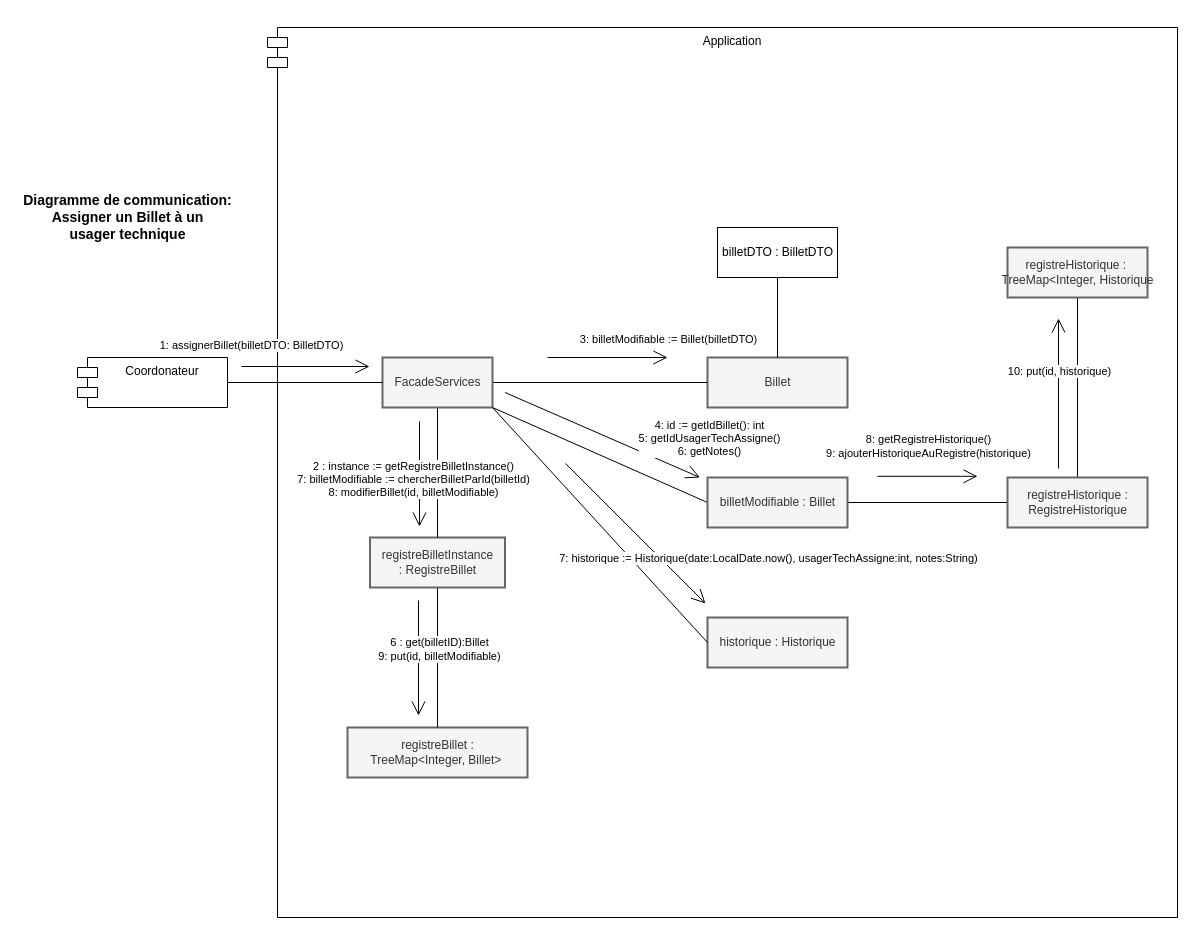
Before: Diagrammes de conception/Diagrammes de communication/Assigner_Billet_UC.drawio in ChristWasTaken/Projet-Conception-et-Archictecture, a draw.io diagram. Source tidied: cells renumbered, new cells numbered last; positions are measured from the earlier drawing's top-left corner, leaving out a move shared by most shapes. Both pictures are drawn from the tidied source at 100%, with x=0, y=0 at pixel (17, 27).
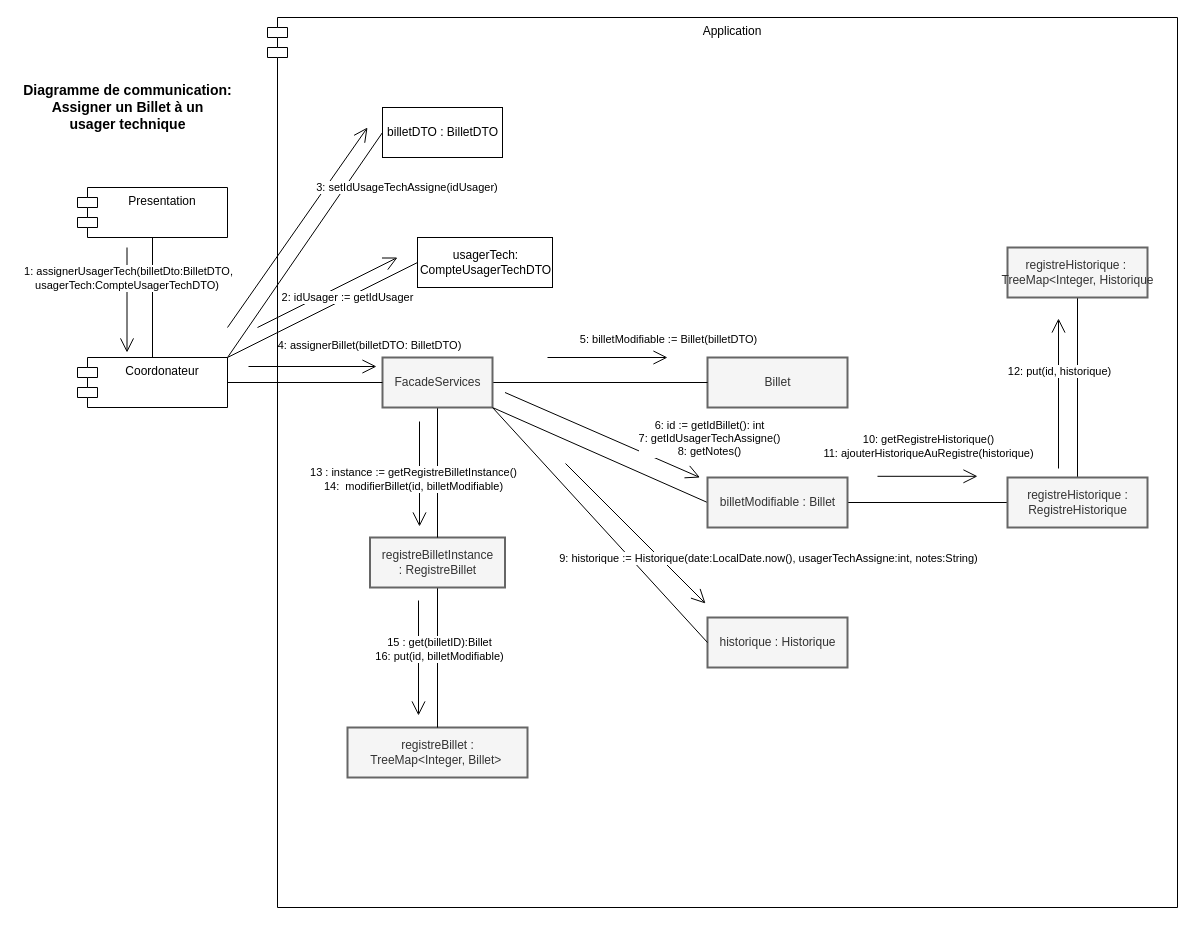
The same page after the edit.

The change refers to these unchanged cells:
```xml
<mxCell id="2" value="Coordonateur" style="shape=module;align=left;spacingLeft=20;align=center;verticalAlign=top;" parent="1" vertex="1">
  <mxGeometry x="60" y="330" width="150" height="50" as="geometry" />
</mxCell>
<mxCell id="5" value="Billet" style="html=1;strokeWidth=2;fillColor=#f5f5f5;fontColor=#333333;strokeColor=#666666;" parent="1" vertex="1">
  <mxGeometry x="690" y="330" width="140" height="50" as="geometry" />
</mxCell>
<mxCell id="15" style="endArrow=open;endFill=1;endSize=12;html=1;rounded=0;exitX=1;exitY=0.5;exitDx=0;exitDy=0;" parent="1" edge="1">
  <mxGeometry relative="1" as="geometry">
    <mxPoint x="487.5" y="365" as="sourcePoint" />
    <mxPoint x="682.5" y="450" as="targetPoint" />
  </mxGeometry>
</mxCell>
<mxCell id="17" style="endArrow=open;endFill=1;endSize=12;html=1;rounded=0;" parent="1" edge="1">
  <mxGeometry relative="1" as="geometry">
    <mxPoint x="402" y="394" as="sourcePoint" />
    <mxPoint x="402" y="499" as="targetPoint" />
  </mxGeometry>
</mxCell>
<mxCell id="19" style="endArrow=open;endFill=1;endSize=12;html=1;rounded=0;" parent="1" edge="1">
  <mxGeometry relative="1" as="geometry">
    <mxPoint x="401" y="573" as="sourcePoint" />
    <mxPoint x="401" y="688" as="targetPoint" />
  </mxGeometry>
</mxCell>
<mxCell id="31" style="endArrow=open;endFill=1;endSize=12;html=1;rounded=0;" parent="1" edge="1">
  <mxGeometry relative="1" as="geometry">
    <mxPoint x="530" y="330" as="sourcePoint" />
    <mxPoint x="650" y="330" as="targetPoint" />
  </mxGeometry>
</mxCell>
<mxCell id="33" style="endArrow=open;endFill=1;endSize=12;html=1;rounded=0;exitX=1;exitY=0.5;exitDx=0;exitDy=0;entryX=0;entryY=0;entryDx=0;entryDy=0;" parent="1" edge="1">
  <mxGeometry relative="1" as="geometry">
    <mxPoint x="548" y="436" as="sourcePoint" />
    <mxPoint x="688" y="576" as="targetPoint" />
  </mxGeometry>
</mxCell>
<mxCell id="35" style="endArrow=open;endFill=1;endSize=12;html=1;rounded=0;entryX=0.25;entryY=1;entryDx=0;entryDy=0;" parent="1" edge="1">
  <mxGeometry relative="1" as="geometry">
    <mxPoint x="1041" y="441" as="sourcePoint" />
    <mxPoint x="1041" y="291" as="targetPoint" />
  </mxGeometry>
</mxCell>
<mxCell id="37" style="endArrow=open;endFill=1;endSize=12;html=1;rounded=0;" parent="1" edge="1">
  <mxGeometry relative="1" as="geometry">
    <mxPoint x="860" y="448.8" as="sourcePoint" />
    <mxPoint x="960" y="448.8" as="targetPoint" />
  </mxGeometry>
</mxCell>
```

Diff of the diagram source:
```diff
@@
     <mxCell id="3" value="Application" style="shape=module;align=left;spacingLeft=20;align=center;verticalAlign=top;" parent="1" vertex="1">
-      <mxGeometry x="250" width="910" height="890" as="geometry" />
+      <mxGeometry x="250" y="-10" width="910" height="890" as="geometry" />
     </mxCell>
@@
-    <mxCell id="7" style="edgeStyle=orthogonalEdgeStyle;rounded=0;jettySize=auto;html=1;entryX=0.5;entryY=1;entryDx=0;entryDy=0;endArrow=none;endFill=0;exitX=0.5;exitY=0;exitDx=0;exitDy=0;" parent="1" edge="1" source="5" target="23">
-      <mxGeometry relative="1" as="geometry" />
-    </mxCell>
@@
     <mxCell id="13" style="endArrow=open;endFill=1;endSize=12;html=1;rounded=0;" parent="1" edge="1">
       <mxGeometry relative="1" as="geometry">
-        <mxPoint x="224" y="339" as="sourcePoint" />
-        <mxPoint x="352" y="339" as="targetPoint" />
+        <mxPoint x="231" y="339" as="sourcePoint" />
+        <mxPoint x="359" y="339" as="targetPoint" />
       </mxGeometry>
     </mxCell>
-    <mxCell id="14" value="1: assignerBillet(billetDTO: BilletDTO)" style="edgeLabel;html=1;align=center;verticalAlign=middle;" parent="13" vertex="1">
+    <mxCell id="14" value="4: assignerBillet(billetDTO: BilletDTO)" style="edgeLabel;html=1;align=center;verticalAlign=middle;" parent="13" vertex="1">
       <mxGeometry x="0.18" relative="1" as="geometry">
-        <mxPoint x="-67" y="-22" as="offset" />
+        <mxPoint x="44" y="-22" as="offset" />
       </mxGeometry>
     </mxCell>
@@
-    <mxCell id="16" value="4: id := getIdBillet(): int&lt;br&gt;5: getIdUsagerTechAssigne()&lt;br&gt;6: getNotes()" style="edgeLabel;html=1;align=center;verticalAlign=middle;" parent="15" vertex="1">
+    <mxCell id="16" value="6: id := getIdBillet(): int&lt;br&gt;7: getIdUsagerTechAssigne()&lt;br&gt;8: getNotes()" style="edgeLabel;html=1;align=center;verticalAlign=middle;" parent="15" vertex="1">
       <mxGeometry x="0.18" relative="1" as="geometry">
         <mxPoint x="88" y="-5" as="offset" />
       </mxGeometry>
     </mxCell>
@@
-    <mxCell id="18" value="2 : instance := getRegistreBilletInstance()&lt;br&gt;7: billetModifiable := chercherBilletParId(billetId)&lt;br&gt;8: modifierBillet(id, billetModifiable)" style="edgeLabel;html=1;align=center;verticalAlign=middle;" parent="17" vertex="1">
+    <mxCell id="18" value="13 : instance := getRegistreBilletInstance()&lt;br&gt;14: &amp;nbsp;modifierBillet(id, billetModifiable)" style="edgeLabel;html=1;align=center;verticalAlign=middle;" parent="17" vertex="1">
       <mxGeometry x="0.18" relative="1" as="geometry">
         <mxPoint x="-7" y="-5" as="offset" />
       </mxGeometry>
     </mxCell>
@@
-    <mxCell id="20" value="6 : get(billetID):Billet&lt;br&gt;9: put(id, billetModifiable)" style="edgeLabel;html=1;align=center;verticalAlign=middle;" parent="19" vertex="1">
+    <mxCell id="20" value="15 : get(billetID):Billet&lt;br&gt;16: put(id, billetModifiable)" style="edgeLabel;html=1;align=center;verticalAlign=middle;" parent="19" vertex="1">
       <mxGeometry x="0.18" relative="1" as="geometry">
         <mxPoint x="20" y="-20" as="offset" />
       </mxGeometry>
     </mxCell>
@@
     <mxCell id="22" value="Diagramme de communication:&lt;br style=&quot;font-size: 14px;&quot;&gt;Assigner un Billet à un&lt;br&gt;usager technique" style="text;html=1;align=center;verticalAlign=middle;strokeColor=none;fillColor=none;fontStyle=1;fontSize=14;" parent="1" vertex="1">
-      <mxGeometry y="160" width="220" height="60" as="geometry" />
+      <mxGeometry y="50" width="220" height="60" as="geometry" />
     </mxCell>
+    <mxCell id="39" style="edgeStyle=none;rounded=0;jettySize=auto;html=1;exitX=0;exitY=0.5;exitDx=0;exitDy=0;entryX=1;entryY=0;entryDx=0;entryDy=0;endArrow=none;endFill=0;" parent="1" edge="1" source="23" target="2">
+      <mxGeometry relative="1" as="geometry" />
+    </mxCell>
-    <mxCell id="23" value="billetDTO : BilletDTO" style="html=1;" parent="1" vertex="1">
-      <mxGeometry x="700" y="200" width="120" height="50" as="geometry" />
+    <mxCell id="23" value="usagerTech:&lt;br&gt;CompteUsagerTechDTO" style="html=1;" parent="1" vertex="1">
+      <mxGeometry x="400" y="210" width="135" height="50" as="geometry" />
     </mxCell>
@@
-    <mxCell id="32" value="3: billetModifiable := Billet(billetDTO)" style="edgeLabel;html=1;align=center;verticalAlign=middle;" parent="31" vertex="1">
+    <mxCell id="32" value="5: billetModifiable := Billet(billetDTO)" style="edgeLabel;html=1;align=center;verticalAlign=middle;" parent="31" vertex="1">
       <mxGeometry x="0.18" relative="1" as="geometry">
         <mxPoint x="49" y="-19" as="offset" />
       </mxGeometry>
     </mxCell>
@@
-    <mxCell id="34" value="7: historique := Historique(date:LocalDate.now(), usagerTechAssigne:int, notes:String)" style="edgeLabel;html=1;align=center;verticalAlign=middle;" parent="33" vertex="1">
+    <mxCell id="34" value="9: historique := Historique(date:LocalDate.now(), usagerTechAssigne:int, notes:String)" style="edgeLabel;html=1;align=center;verticalAlign=middle;" parent="33" vertex="1">
       <mxGeometry x="0.18" relative="1" as="geometry">
         <mxPoint x="120" y="12" as="offset" />
       </mxGeometry>
     </mxCell>
@@
-    <mxCell id="36" value="10: put(id, historique)" style="edgeLabel;html=1;align=center;verticalAlign=middle;" parent="35" vertex="1">
+    <mxCell id="36" value="12: put(id, historique)" style="edgeLabel;html=1;align=center;verticalAlign=middle;" parent="35" vertex="1">
       <mxGeometry x="0.31" relative="1" as="geometry" />
     </mxCell>
@@
-    <mxCell id="38" value="8: getRegistreHistorique()&lt;br&gt;9: ajouterHistoriqueAuRegistre(historique)" style="edgeLabel;html=1;align=center;verticalAlign=middle;" parent="37" vertex="1">
+    <mxCell id="38" value="10: getRegistreHistorique()&lt;br&gt;11: ajouterHistoriqueAuRegistre(historique)" style="edgeLabel;html=1;align=center;verticalAlign=middle;" parent="37" vertex="1">
       <mxGeometry x="0.18" relative="1" as="geometry">
         <mxPoint x="-9" y="-30" as="offset" />
       </mxGeometry>
     </mxCell>
+    <mxCell id="40" style="edgeStyle=orthogonalEdgeStyle;rounded=0;jettySize=auto;html=1;entryX=0.5;entryY=0;entryDx=0;entryDy=0;endArrow=none;endFill=0;" parent="1" edge="1" source="41" target="2">
+      <mxGeometry relative="1" as="geometry" />
+    </mxCell>
+    <mxCell id="41" value="Presentation" style="shape=module;align=left;spacingLeft=20;align=center;verticalAlign=top;" parent="1" vertex="1">
+      <mxGeometry x="60" y="160" width="150" height="50" as="geometry" />
+    </mxCell>
+    <mxCell id="42" style="endArrow=open;endFill=1;endSize=12;html=1;rounded=0;" parent="1" edge="1">
+      <mxGeometry relative="1" as="geometry">
+        <mxPoint x="109.5" y="220" as="sourcePoint" />
+        <mxPoint x="109.5" y="325" as="targetPoint" />
+      </mxGeometry>
+    </mxCell>
+    <mxCell id="43" value="1: assignerUsagerTech(billetDto:BilletDTO, &lt;br&gt;usagerTech:CompteUsagerTechDTO)&amp;nbsp;" style="edgeLabel;html=1;align=center;verticalAlign=middle;" parent="42" vertex="1">
+      <mxGeometry x="0.18" relative="1" as="geometry">
+        <mxPoint x="1" y="-32" as="offset" />
+      </mxGeometry>
+    </mxCell>
+    <mxCell id="44" style="edgeStyle=none;rounded=0;jettySize=auto;html=1;exitX=0;exitY=0.5;exitDx=0;exitDy=0;entryX=1;entryY=0;entryDx=0;entryDy=0;endArrow=none;endFill=0;" parent="1" edge="1" source="45" target="2">
+      <mxGeometry relative="1" as="geometry" />
+    </mxCell>
+    <mxCell id="45" value="billetDTO : BilletDTO" style="html=1;" parent="1" vertex="1">
+      <mxGeometry x="365" y="80" width="120" height="50" as="geometry" />
+    </mxCell>
+    <mxCell id="46" style="endArrow=open;endFill=1;endSize=12;html=1;rounded=0;exitX=1;exitY=0.5;exitDx=0;exitDy=0;" parent="1" edge="1">
+      <mxGeometry relative="1" as="geometry">
+        <mxPoint x="210" y="300" as="sourcePoint" />
+        <mxPoint x="350" y="100" as="targetPoint" />
+      </mxGeometry>
+    </mxCell>
+    <mxCell id="47" value="3: setIdUsageTechAssigne(idUsager)&amp;nbsp;" style="edgeLabel;html=1;align=center;verticalAlign=middle;" parent="46" vertex="1">
+      <mxGeometry x="0.29" y="1" relative="1" as="geometry">
+        <mxPoint x="91" y="-11" as="offset" />
+      </mxGeometry>
+    </mxCell>
+    <mxCell id="48" style="endArrow=open;endFill=1;endSize=12;html=1;rounded=0;exitX=1;exitY=0.5;exitDx=0;exitDy=0;" parent="1" edge="1">
+      <mxGeometry relative="1" as="geometry">
+        <mxPoint x="240" y="300" as="sourcePoint" />
+        <mxPoint x="380" y="230" as="targetPoint" />
+      </mxGeometry>
+    </mxCell>
+    <mxCell id="49" value="2: idUsager := getIdUsager" style="edgeLabel;html=1;align=center;verticalAlign=middle;" parent="48" vertex="1">
+      <mxGeometry x="0.29" y="1" relative="1" as="geometry">
+        <mxPoint y="16" as="offset" />
+      </mxGeometry>
+    </mxCell>
```
